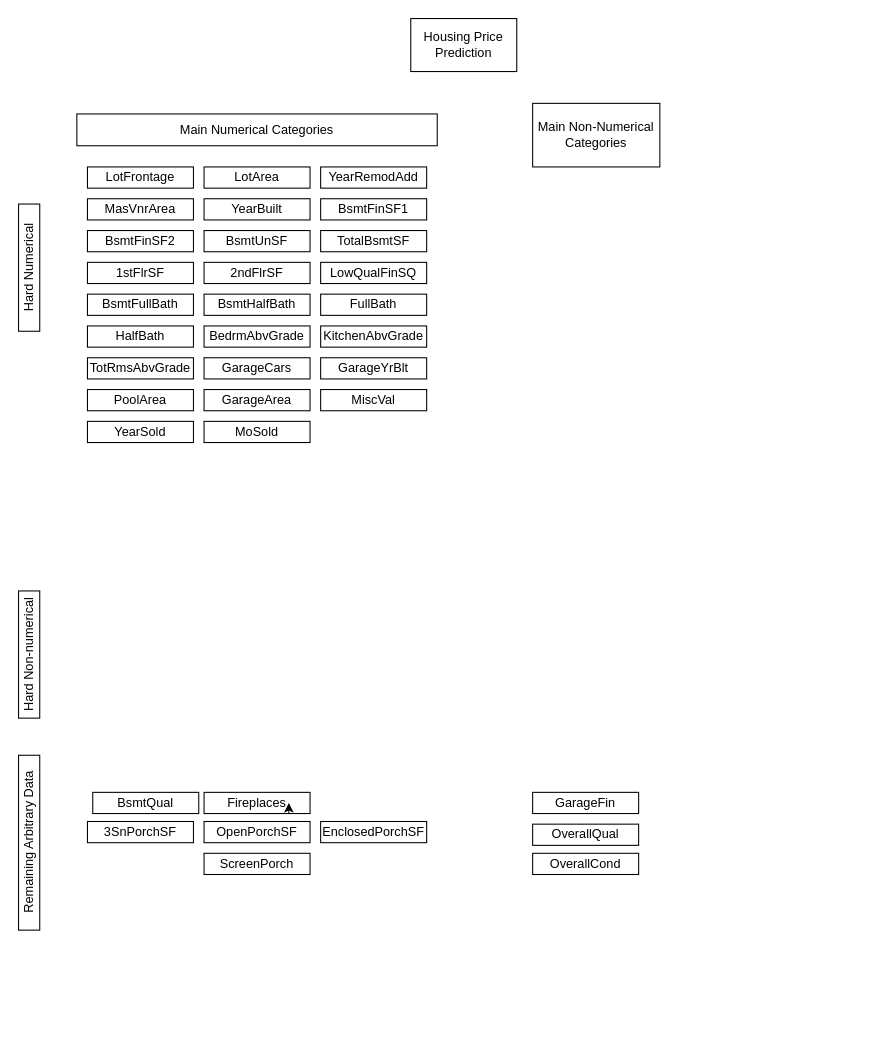
This is Ames Housing Flow Chart.drawio from blue-santa/ames-housing, a draw.io file, before an edit. Source tidied: cells renumbered, new cells numbered last; positions are measured from the earlier drawing's top-left corner, leaving out a move shared by most shapes. Both pictures are drawn from the tidied source at 106%, with x=0, y=0 at pixel (-59, 18).
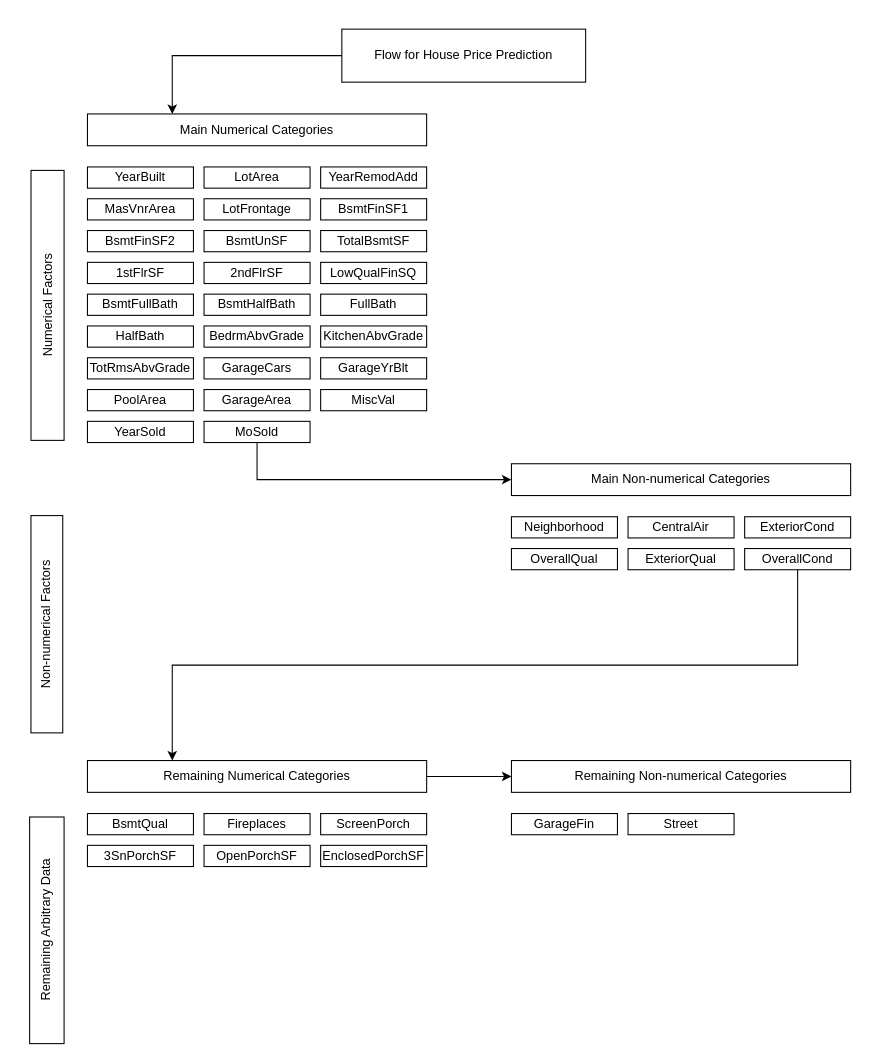
The same page after the edit.

The change refers to these unchanged cells:
```xml
<mxCell id="34" value="MoSold" style="rounded=0;whiteSpace=wrap;html=1;" parent="1" vertex="1">
  <mxGeometry x="248" y="380" width="100" height="20" as="geometry" />
</mxCell>
```

Diff of the diagram source:
```diff
@@
+    <mxCell id="44" style="edgeStyle=orthogonalEdgeStyle;rounded=0;jettySize=auto;html=1;exitX=0;exitY=0.5;exitDx=0;exitDy=0;entryX=0.25;entryY=0;entryDx=0;entryDy=0;" parent="1" edge="1" source="2" target="4">
+      <mxGeometry relative="1" as="geometry" />
+    </mxCell>
-    <mxCell id="2" value="Housing Price Prediction" style="rounded=0;whiteSpace=wrap;html=1;" parent="1" vertex="1">
-      <mxGeometry x="443" width="100" height="50" as="geometry" />
+    <mxCell id="2" value="Flow for House Price Prediction" style="rounded=0;whiteSpace=wrap;html=1;" parent="1" vertex="1">
+      <mxGeometry x="378" y="10" width="230" height="50" as="geometry" />
     </mxCell>
-    <mxCell id="3" value="&lt;div&gt;Main Non-Numerical Categories&lt;/div&gt;" style="rounded=0;whiteSpace=wrap;html=1;" parent="1" vertex="1">
-      <mxGeometry x="558" y="80" width="120" height="60" as="geometry" />
-    </mxCell>
     <mxCell id="4" value="&lt;div&gt;Main Numerical Categories&lt;/div&gt;" style="rounded=0;whiteSpace=wrap;html=1;" parent="1" vertex="1">
-      <mxGeometry x="128" y="90" width="340" height="30" as="geometry" />
+      <mxGeometry x="138" y="90" width="320" height="30" as="geometry" />
     </mxCell>
     <mxCell id="5" value="&lt;div&gt;LotFrontage&lt;/div&gt;" style="rounded=0;whiteSpace=wrap;html=1;" parent="1" vertex="1">
-      <mxGeometry x="138" y="140" width="100" height="20" as="geometry" />
+      <mxGeometry x="248" y="170" width="100" height="20" as="geometry" />
     </mxCell>
-    <mxCell id="6" value="Hard Numerical" style="rounded=0;whiteSpace=wrap;html=1;rotation=-90;" parent="1" vertex="1">
-      <mxGeometry x="23" y="225" width="120" height="20" as="geometry" />
+    <mxCell id="6" value="Numerical Factors" style="rounded=0;whiteSpace=wrap;html=1;rotation=-90;" parent="1" vertex="1">
+      <mxGeometry x="-27" y="255" width="254.7" height="31.2" as="geometry" />
     </mxCell>
-    <mxCell id="7" value="&lt;div&gt;Hard Non-numerical&lt;/div&gt;" style="rounded=0;whiteSpace=wrap;html=1;rotation=-90;" parent="1" vertex="1">
-      <mxGeometry x="23" y="590" width="120" height="20" as="geometry" />
+    <mxCell id="7" value="&lt;div&gt;Non-numerical Factors&lt;br&gt;&lt;/div&gt;" style="rounded=0;whiteSpace=wrap;html=1;rotation=-90;" parent="1" vertex="1">
+      <mxGeometry x="-2.8" y="556.4" width="205" height="30" as="geometry" />
     </mxCell>
     <mxCell id="8" value="Remaining Arbitrary Data" style="rounded=0;whiteSpace=wrap;html=1;rotation=-90;" parent="1" vertex="1">
-      <mxGeometry x="0.5" y="767.5" width="165" height="20" as="geometry" />
+      <mxGeometry x="-7.2" y="843.9" width="213.8" height="32.5" as="geometry" />
     </mxCell>
@@
     <mxCell id="10" value="BsmtQual" style="rounded=0;whiteSpace=wrap;html=1;" parent="1" vertex="1">
-      <mxGeometry x="143" y="730" width="100" height="20" as="geometry" />
+      <mxGeometry x="138" y="750" width="100" height="20" as="geometry" />
     </mxCell>
@@
     <mxCell id="12" value="YearBuilt" style="rounded=0;whiteSpace=wrap;html=1;" parent="1" vertex="1">
-      <mxGeometry x="248" y="170" width="100" height="20" as="geometry" />
+      <mxGeometry x="138" y="140" width="100" height="20" as="geometry" />
     </mxCell>
@@
-    <mxCell id="15" value="OverallQual" style="rounded=0;whiteSpace=wrap;html=1;" parent="1" vertex="1">
-      <mxGeometry x="558" y="760" width="100" height="20" as="geometry" />
-    </mxCell>
-    <mxCell id="16" value="OverallCond" style="rounded=0;whiteSpace=wrap;html=1;" parent="1" vertex="1">
-      <mxGeometry x="558" y="787.5" width="100" height="20" as="geometry" />
-    </mxCell>
@@
     <mxCell id="29" value="Fireplaces" style="rounded=0;whiteSpace=wrap;html=1;" parent="1" vertex="1">
-      <mxGeometry x="248" y="730" width="100" height="20" as="geometry" />
+      <mxGeometry x="248" y="750" width="100" height="20" as="geometry" />
     </mxCell>
@@
     <mxCell id="32" value="GarageFin" style="rounded=0;whiteSpace=wrap;html=1;" parent="1" vertex="1">
-      <mxGeometry x="558" y="730" width="100" height="20" as="geometry" />
+      <mxGeometry x="538" y="750" width="100" height="20" as="geometry" />
     </mxCell>
@@
+    <mxCell id="45" style="edgeStyle=orthogonalEdgeStyle;rounded=0;jettySize=auto;html=1;exitX=0.5;exitY=1;exitDx=0;exitDy=0;entryX=0;entryY=0.5;entryDx=0;entryDy=0;" parent="1" edge="1" source="34" target="51">
+      <mxGeometry relative="1" as="geometry" />
+    </mxCell>
@@
-    <mxCell id="36" style="edgeStyle=orthogonalEdgeStyle;rounded=0;orthogonalLoop=1;jettySize=auto;html=1;exitX=0.5;exitY=1;exitDx=0;exitDy=0;entryX=0.8;entryY=0.5;entryDx=0;entryDy=0;entryPerimeter=0;" parent="1" edge="1" source="29" target="29">
-      <mxGeometry relative="1" as="geometry" />
-    </mxCell>
@@
     <mxCell id="39" value="ScreenPorch" style="rounded=0;whiteSpace=wrap;html=1;" parent="1" vertex="1">
-      <mxGeometry x="248" y="787.5" width="100" height="20" as="geometry" />
+      <mxGeometry x="358" y="750" width="100" height="20" as="geometry" />
     </mxCell>
@@
     <mxCell id="41" value="OpenPorchSF" style="rounded=0;whiteSpace=wrap;html=1;" parent="1" vertex="1">
-      <mxGeometry x="248" y="757.5" width="100" height="20" as="geometry" />
+      <mxGeometry x="248" y="780" width="100" height="20" as="geometry" />
     </mxCell>
     <mxCell id="42" value="EnclosedPorchSF" style="rounded=0;whiteSpace=wrap;html=1;" parent="1" vertex="1">
-      <mxGeometry x="358" y="757.5" width="100" height="20" as="geometry" />
+      <mxGeometry x="358" y="780" width="100" height="20" as="geometry" />
     </mxCell>
     <mxCell id="43" value="3SnPorchSF" style="rounded=0;whiteSpace=wrap;html=1;" parent="1" vertex="1">
-      <mxGeometry x="138" y="757.5" width="100" height="20" as="geometry" />
+      <mxGeometry x="138" y="780" width="100" height="20" as="geometry" />
     </mxCell>
+    <mxCell id="15" value="OverallQual" style="rounded=0;whiteSpace=wrap;html=1;" parent="1" vertex="1">
+      <mxGeometry x="538" y="500" width="100" height="20" as="geometry" />
+    </mxCell>
+    <mxCell id="46" style="edgeStyle=orthogonalEdgeStyle;rounded=0;jettySize=auto;html=1;exitX=0.5;exitY=1;exitDx=0;exitDy=0;entryX=0.25;entryY=0;entryDx=0;entryDy=0;" parent="1" edge="1" source="16" target="54">
+      <mxGeometry relative="1" as="geometry" />
+    </mxCell>
+    <mxCell id="16" value="OverallCond" style="rounded=0;whiteSpace=wrap;html=1;" parent="1" vertex="1">
+      <mxGeometry x="758" y="500" width="100" height="20" as="geometry" />
+    </mxCell>
+    <mxCell id="47" value="Neighborhood" style="rounded=0;whiteSpace=wrap;html=1;" parent="1" vertex="1">
+      <mxGeometry x="538" y="470" width="100" height="20" as="geometry" />
+    </mxCell>
+    <mxCell id="48" value="ExteriorQual" style="rounded=0;whiteSpace=wrap;html=1;" parent="1" vertex="1">
+      <mxGeometry x="648" y="500" width="100" height="20" as="geometry" />
+    </mxCell>
+    <mxCell id="49" value="ExteriorCond" style="rounded=0;whiteSpace=wrap;html=1;" parent="1" vertex="1">
+      <mxGeometry x="758" y="470" width="100" height="20" as="geometry" />
+    </mxCell>
+    <mxCell id="50" value="CentralAir" style="rounded=0;whiteSpace=wrap;html=1;" parent="1" vertex="1">
+      <mxGeometry x="648" y="470" width="100" height="20" as="geometry" />
+    </mxCell>
+    <mxCell id="51" value="&lt;div&gt;Main Non-numerical Categories&lt;/div&gt;" style="rounded=0;whiteSpace=wrap;html=1;" parent="1" vertex="1">
+      <mxGeometry x="538" y="420" width="320" height="30" as="geometry" />
+    </mxCell>
+    <mxCell id="52" value="Street" style="rounded=0;whiteSpace=wrap;html=1;" parent="1" vertex="1">
+      <mxGeometry x="648" y="750" width="100" height="20" as="geometry" />
+    </mxCell>
+    <mxCell id="53" style="edgeStyle=orthogonalEdgeStyle;rounded=0;jettySize=auto;html=1;exitX=1;exitY=0.5;exitDx=0;exitDy=0;entryX=0;entryY=0.5;entryDx=0;entryDy=0;" parent="1" edge="1" source="54" target="55">
+      <mxGeometry relative="1" as="geometry" />
+    </mxCell>
+    <mxCell id="54" value="&lt;div&gt;Remaining Numerical Categories&lt;/div&gt;" style="rounded=0;whiteSpace=wrap;html=1;" parent="1" vertex="1">
+      <mxGeometry x="138" y="700" width="320" height="30" as="geometry" />
+    </mxCell>
+    <mxCell id="55" value="&lt;div&gt;Remaining Non-numerical Categories&lt;/div&gt;" style="rounded=0;whiteSpace=wrap;html=1;" parent="1" vertex="1">
+      <mxGeometry x="538" y="700" width="320" height="30" as="geometry" />
+    </mxCell>
```
